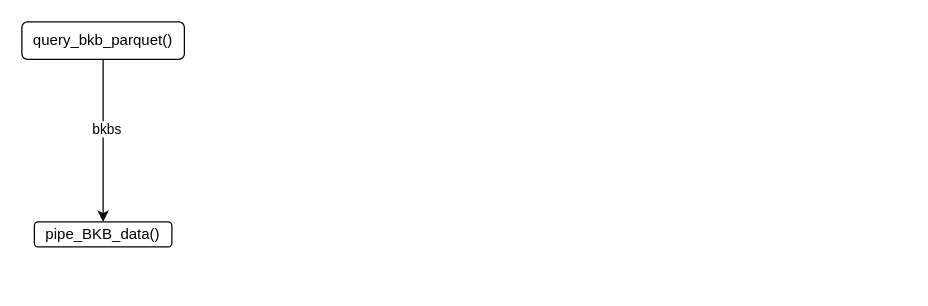
snsawyer/my-first-repo keeps this draw.io diagram as Schlachtstatistik.drawio. Above is the earlier version. Source tidied: cells renumbered, new cells numbered last; positions are measured from the earlier drawing's top-left corner, leaving out a move shared by most shapes. Both pictures are drawn from the tidied source at 125%, with x=0, y=0 at pixel (21, 21).
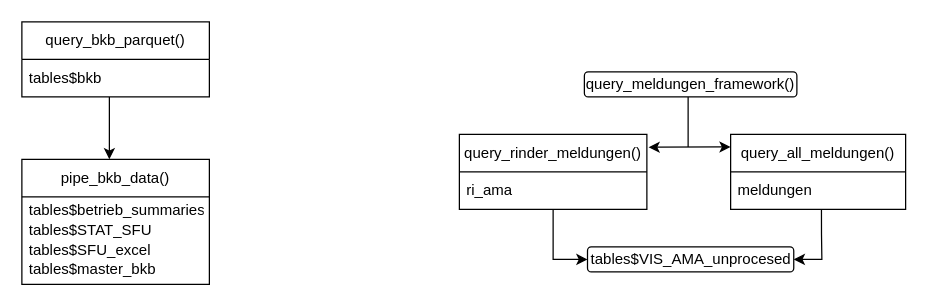
The same page after the edit.

Change to the diagram source:
```diff
@@
-    <mxCell id="2" style="edgeStyle=orthogonalEdgeStyle;rounded=0;jettySize=auto;html=1;exitX=0.5;exitY=1;exitDx=0;exitDy=0;" parent="1" edge="1" source="4" target="5">
-      <mxGeometry relative="1" as="geometry" />
+    <mxCell id="2" style="edgeStyle=orthogonalEdgeStyle;rounded=0;orthogonalLoop=1;jettySize=auto;html=1;exitX=0.5;exitY=1;exitDx=0;exitDy=0;" parent="1" edge="1">
+      <mxGeometry relative="1" as="geometry">
+        <mxPoint x="70" y="60" as="sourcePoint" />
+        <mxPoint x="70" y="110" as="targetPoint" />
+      </mxGeometry>
     </mxCell>
-    <mxCell id="3" value="bkbs" style="edgeLabel;html=1;align=center;verticalAlign=middle;" parent="2" vertex="1">
-      <mxGeometry x="-0.15" y="2" relative="1" as="geometry" />
-    </mxCell>
+    <mxCell id="6" value="query_meldungen_framework()" style="rounded=1;whiteSpace=wrap;html=1;" parent="1" vertex="1">
+      <mxGeometry x="450" y="40" width="170" height="20" as="geometry" />
+    </mxCell>
+    <mxCell id="7" style="edgeStyle=orthogonalEdgeStyle;rounded=0;jettySize=auto;html=1;entryX=1;entryY=0.5;entryDx=0;entryDy=0;exitX=0.519;exitY=1;exitDx=0;exitDy=0;exitPerimeter=0;" parent="1" edge="1" source="9" target="15">
+      <mxGeometry relative="1" as="geometry">
+        <Array as="points">
+          <mxPoint x="640" y="170" />
+          <mxPoint x="640" y="190" />
+        </Array>
+      </mxGeometry>
+    </mxCell>
+    <mxCell id="8" value="query_all_meldungen()" style="swimlane;fontStyle=0;horizontal=1;startSize=30;whiteSpace=wrap;html=1;" parent="1" vertex="1">
+      <mxGeometry x="567" y="90" width="140" height="60" as="geometry" />
+    </mxCell>
+    <mxCell id="9" value="meldungen" style="text;strokeColor=none;fillColor=none;align=left;verticalAlign=middle;spacingLeft=4;spacingRight=4;overflow=hidden;points=[[0,0.5],[1,0.5]];portConstraint=eastwest;whiteSpace=wrap;html=1;" parent="8" vertex="1">
+      <mxGeometry y="30" width="140" height="30" as="geometry" />
+    </mxCell>
+    <mxCell id="10" style="edgeStyle=orthogonalEdgeStyle;rounded=0;jettySize=auto;html=1;entryX=0;entryY=0.5;entryDx=0;entryDy=0;" parent="1" edge="1" source="11" target="15">
+      <mxGeometry relative="1" as="geometry" />
+    </mxCell>
+    <mxCell id="11" value="query_rinder_meldungen()" style="swimlane;fontStyle=0;horizontal=1;startSize=30;whiteSpace=wrap;html=1;" parent="1" vertex="1">
+      <mxGeometry x="350" y="90" width="150" height="60" as="geometry" />
+    </mxCell>
+    <mxCell id="12" value="ri_ama" style="text;strokeColor=none;fillColor=none;align=left;verticalAlign=middle;spacingLeft=4;spacingRight=4;overflow=hidden;whiteSpace=wrap;html=1;" parent="11" vertex="1">
+      <mxGeometry y="30" width="150" height="30" as="geometry" />
+    </mxCell>
+    <mxCell id="13" style="endArrow=none;html=1;rounded=0;exitX=0.488;exitY=1.057;exitDx=0;exitDy=0;exitPerimeter=0;" parent="1" edge="1">
+      <mxGeometry relative="1" as="geometry">
+        <mxPoint x="533" y="60.1" as="sourcePoint" />
+        <mxPoint x="533" y="100" as="targetPoint" />
+      </mxGeometry>
+    </mxCell>
+    <mxCell id="14" style="endArrow=classic;startArrow=classic;html=1;rounded=0;exitX=1.009;exitY=0.172;exitDx=0;exitDy=0;exitPerimeter=0;entryX=0;entryY=0.167;entryDx=0;entryDy=0;entryPerimeter=0;" parent="1" edge="1" source="11" target="8">
+      <mxGeometry relative="1" as="geometry" />
+    </mxCell>
+    <mxCell id="15" value="tables$VIS_AMA_unprocesed" style="rounded=1;whiteSpace=wrap;html=1;" parent="1" vertex="1">
+      <mxGeometry x="452.5" y="180" width="165" height="20" as="geometry" />
+    </mxCell>
-    <mxCell id="4" value="query_bkb_parquet()" style="rounded=1;whiteSpace=wrap;html=1;" parent="1" vertex="1">
-      <mxGeometry width="130" height="30" as="geometry" />
+    <mxCell id="4" value="query_bkb_parquet()" style="swimlane;fontStyle=0;horizontal=1;startSize=30;whiteSpace=wrap;html=1;" parent="1" vertex="1">
+      <mxGeometry width="150" height="60" as="geometry" />
     </mxCell>
-    <mxCell id="5" value="pipe_BKB_data()" style="rounded=1;whiteSpace=wrap;html=1;" parent="1" vertex="1">
-      <mxGeometry x="10" y="160" width="110" height="20" as="geometry" />
-    </mxCell>
+    <mxCell id="16" value="tables$bkb" style="text;strokeColor=none;fillColor=none;align=left;verticalAlign=middle;spacingLeft=4;spacingRight=4;overflow=hidden;whiteSpace=wrap;html=1;" parent="4" vertex="1">
+      <mxGeometry y="30" width="150" height="30" as="geometry" />
+    </mxCell>
+    <mxCell id="17" value="pipe_bkb_data()" style="swimlane;fontStyle=0;horizontal=1;startSize=30;whiteSpace=wrap;html=1;align=center;" parent="1" vertex="1">
+      <mxGeometry y="110" width="150" height="100" as="geometry" />
+    </mxCell>
+    <mxCell id="18" value="&lt;div style=&quot;line-height: 130%;&quot;&gt;&lt;span style=&quot;background-color: transparent; color: light-dark(rgb(0, 0, 0), rgb(255, 255, 255));&quot;&gt;tables$betrieb_summaries&lt;/span&gt;&lt;div style=&quot;padding-top: 0px;&quot;&gt;tables$STAT_SFU&lt;/div&gt;&lt;div style=&quot;padding-top: 0px;&quot;&gt;tables$SFU_excel&lt;/div&gt;&lt;div style=&quot;padding-top: 0px;&quot;&gt;tables$master_bkb&lt;br&gt;&lt;div&gt;&lt;/div&gt;&lt;/div&gt;&lt;/div&gt;" style="text;strokeColor=none;fillColor=none;align=left;verticalAlign=middle;spacingLeft=4;spacingRight=4;overflow=hidden;whiteSpace=wrap;html=1;imageWidth=24;imageHeight=24;labelPosition=center;verticalLabelPosition=middle;spacingTop=0;spacingBottom=0;spacing=2;" parent="1" vertex="1">
+      <mxGeometry y="140" width="150" height="70" as="geometry" />
+    </mxCell>
```
